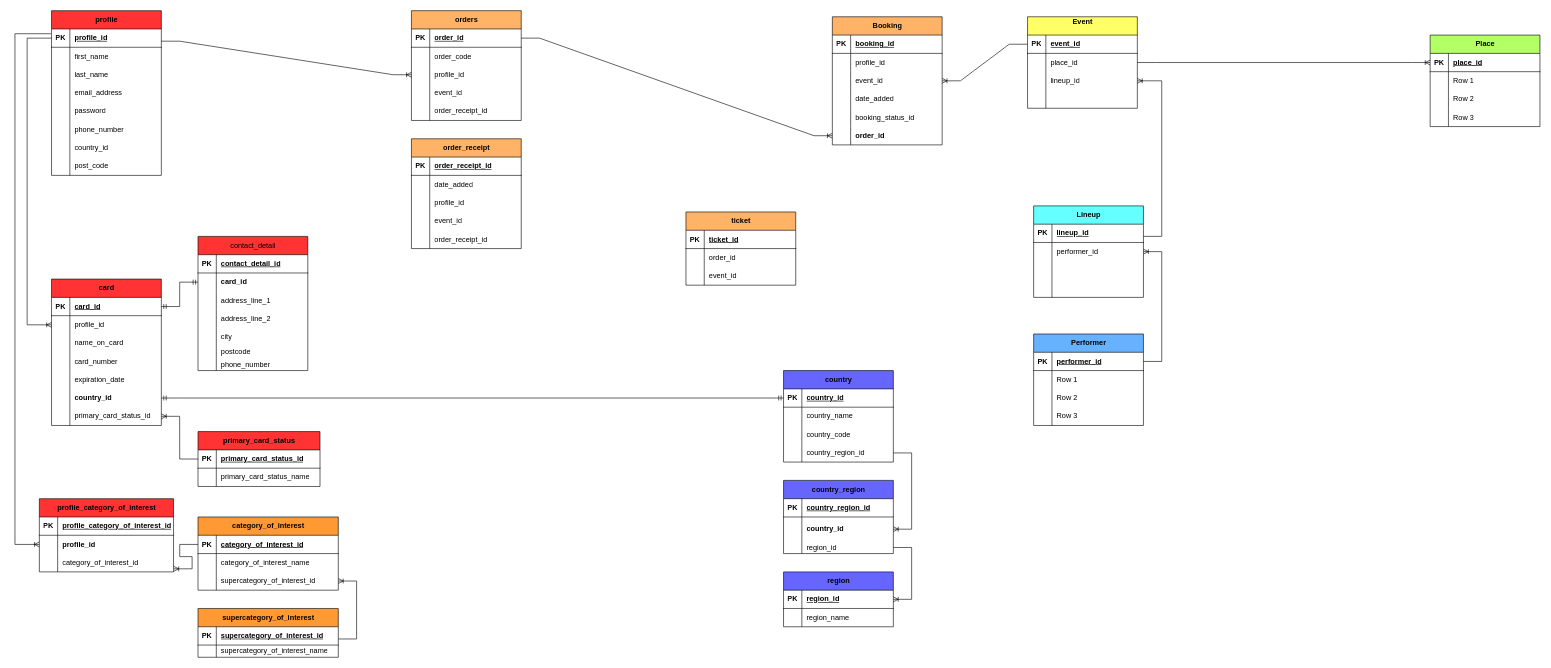
This is page "lower level" (3 of 3) of test.drawio from weirparty/drawings, a draw.io file, before an edit. Source tidied: cells renumbered, new cells numbered last; positions are measured from the earlier drawing's top-left corner, leaving out a move shared by most shapes. Both pictures are drawn from the tidied source at 61%, with x=0, y=0 at pixel (15, 10).
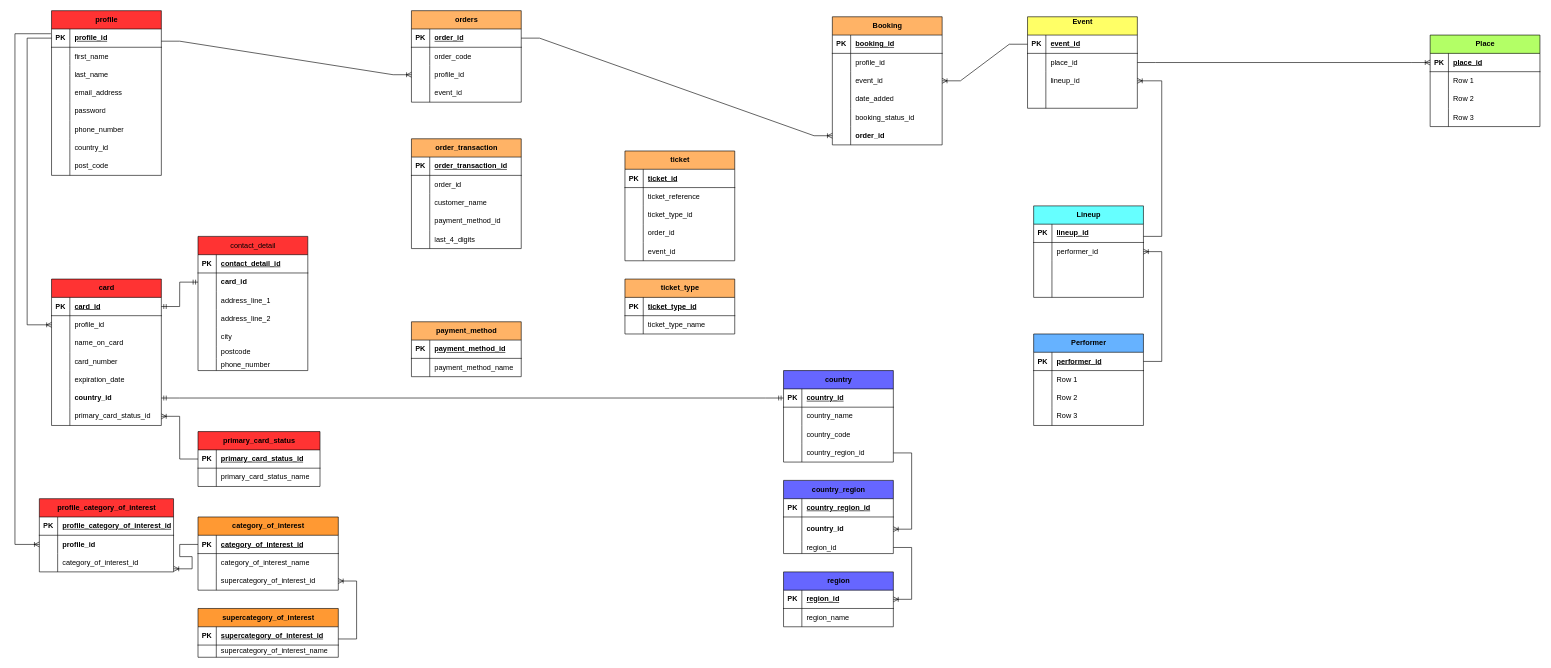
After the change.

The change refers to these unchanged cells:
```xml
<mxCell id="248" style="shape=tableRow;horizontal=0;startSize=0;swimlaneHead=0;swimlaneBody=0;fillColor=none;top=0;left=0;right=0;bottom=1;" parent="247" vertex="1">
  <mxGeometry y="30" width="180" height="30" as="geometry" />
</mxCell>
<mxCell id="251" style="shape=tableRow;horizontal=0;startSize=0;swimlaneHead=0;swimlaneBody=0;fillColor=none;top=0;left=0;right=0;bottom=0;" parent="247" vertex="1">
  <mxGeometry y="60" width="180" height="30" as="geometry" />
</mxCell>
<mxCell id="254" style="shape=tableRow;horizontal=0;startSize=0;swimlaneHead=0;swimlaneBody=0;fillColor=none;top=0;left=0;right=0;bottom=0;" parent="247" vertex="1">
  <mxGeometry y="90" width="180" height="30" as="geometry" />
</mxCell>
<mxCell id="257" style="shape=tableRow;horizontal=0;startSize=0;swimlaneHead=0;swimlaneBody=0;fillColor=none;top=0;left=0;right=0;bottom=0;" parent="247" vertex="1">
  <mxGeometry y="120" width="180" height="30" as="geometry" />
</mxCell>
<mxCell id="260" style="shape=tableRow;horizontal=0;startSize=0;swimlaneHead=0;swimlaneBody=0;fillColor=none;top=0;left=0;right=0;bottom=0;" parent="247" vertex="1">
  <mxGeometry y="150" width="180" height="30" as="geometry" />
</mxCell>
```

What changed in the source:
```diff
@@
     <mxCell id="219" value="orders" style="shape=table;startSize=30;childLayout=tableLayout;rowLines=0;fontStyle=1;align=center;html=1;fillColor=#FFB366;" parent="1" vertex="1">
-      <mxGeometry x="650" width="180" height="180" as="geometry" />
+      <mxGeometry x="650" width="180" height="150" as="geometry" />
     </mxCell>
@@
-    <mxCell id="232" style="shape=tableRow;horizontal=0;startSize=0;swimlaneHead=0;swimlaneBody=0;fillColor=none;top=0;left=0;right=0;bottom=0;" parent="219" vertex="1">
-      <mxGeometry y="150" width="180" height="30" as="geometry" />
-    </mxCell>
-    <mxCell id="233" style="shape=partialRectangle;fillColor=none;top=0;left=0;bottom=0;right=0;overflow=hidden;whiteSpace=wrap;html=1;" parent="232" vertex="1">
-      <mxGeometry width="30" height="30" as="geometry" />
-    </mxCell>
-    <mxCell id="234" value="order_receipt_id" style="shape=partialRectangle;fillColor=none;top=0;left=0;bottom=0;right=0;align=left;spacingLeft=6;overflow=hidden;whiteSpace=wrap;html=1;" parent="232" vertex="1">
-      <mxGeometry x="30" width="150" height="30" as="geometry" />
-    </mxCell>
@@
     <mxCell id="237" value="ticket" style="shape=table;startSize=30;childLayout=tableLayout;rowLines=0;fontStyle=1;align=center;html=1;fillColor=#FFB366;" parent="1" vertex="1">
-      <mxGeometry x="1100" y="330" width="180" height="120" as="geometry" />
+      <mxGeometry x="1000" y="230" width="180" height="180" as="geometry" />
     </mxCell>
@@
+    <mxCell id="263" style="shape=tableRow;horizontal=0;startSize=0;swimlaneHead=0;swimlaneBody=0;fillColor=none;top=0;left=0;right=0;bottom=0;" parent="237" vertex="1">
+      <mxGeometry y="60" width="180" height="30" as="geometry" />
+    </mxCell>
+    <mxCell id="264" style="shape=partialRectangle;fillColor=none;top=0;left=0;bottom=0;right=0;overflow=hidden;whiteSpace=wrap;html=1;" parent="263" vertex="1">
+      <mxGeometry width="30" height="30" as="geometry" />
+    </mxCell>
+    <mxCell id="265" value="ticket_reference" style="shape=partialRectangle;fillColor=none;top=0;left=0;bottom=0;right=0;align=left;spacingLeft=6;overflow=hidden;whiteSpace=wrap;html=1;" parent="263" vertex="1">
+      <mxGeometry x="30" width="150" height="30" as="geometry" />
+    </mxCell>
+    <mxCell id="266" style="shape=tableRow;horizontal=0;startSize=0;swimlaneHead=0;swimlaneBody=0;fillColor=none;top=0;left=0;right=0;bottom=0;" parent="237" vertex="1">
+      <mxGeometry y="90" width="180" height="30" as="geometry" />
+    </mxCell>
+    <mxCell id="267" style="shape=partialRectangle;fillColor=none;top=0;left=0;bottom=0;right=0;overflow=hidden;whiteSpace=wrap;html=1;" parent="266" vertex="1">
+      <mxGeometry width="30" height="30" as="geometry" />
+    </mxCell>
+    <mxCell id="268" value="ticket_type_id" style="shape=partialRectangle;fillColor=none;top=0;left=0;bottom=0;right=0;align=left;spacingLeft=6;overflow=hidden;whiteSpace=wrap;html=1;" parent="266" vertex="1">
+      <mxGeometry x="30" width="150" height="30" as="geometry" />
+    </mxCell>
     <mxCell id="241" style="shape=tableRow;horizontal=0;startSize=0;swimlaneHead=0;swimlaneBody=0;fillColor=none;top=0;left=0;right=0;bottom=0;" parent="237" vertex="1">
-      <mxGeometry y="60" width="180" height="30" as="geometry" />
+      <mxGeometry y="120" width="180" height="30" as="geometry" />
     </mxCell>
@@
     <mxCell id="244" style="shape=tableRow;horizontal=0;startSize=0;swimlaneHead=0;swimlaneBody=0;fillColor=none;top=0;left=0;right=0;bottom=0;" parent="237" vertex="1">
-      <mxGeometry y="90" width="180" height="30" as="geometry" />
+      <mxGeometry y="150" width="180" height="30" as="geometry" />
     </mxCell>
@@
-    <mxCell id="247" value="order_receipt" style="shape=table;startSize=30;childLayout=tableLayout;rowLines=0;fontStyle=1;align=center;html=1;fillColor=#FFB366;" parent="1" vertex="1">
+    <mxCell id="247" value="order_transaction" style="shape=table;startSize=30;childLayout=tableLayout;rowLines=0;fontStyle=1;align=center;html=1;fillColor=#FFB366;" parent="1" vertex="1">
       <mxGeometry x="650" y="210" width="180" height="180" as="geometry" />
     </mxCell>
@@
-    <mxCell id="250" value="order_receipt_id" style="shape=partialRectangle;fillColor=none;top=0;left=0;bottom=0;right=0;align=left;spacingLeft=6;fontStyle=5;overflow=hidden;whiteSpace=wrap;html=1;" parent="248" vertex="1">
+    <mxCell id="250" value="order_transaction_id" style="shape=partialRectangle;fillColor=none;top=0;left=0;bottom=0;right=0;align=left;spacingLeft=6;fontStyle=5;overflow=hidden;whiteSpace=wrap;html=1;" parent="248" vertex="1">
       <mxGeometry x="30" width="150" height="30" as="geometry" />
     </mxCell>
@@
-    <mxCell id="253" value="date_added" style="shape=partialRectangle;fillColor=none;top=0;left=0;bottom=0;right=0;align=left;spacingLeft=6;overflow=hidden;whiteSpace=wrap;html=1;" parent="251" vertex="1">
+    <mxCell id="253" value="order_id" style="shape=partialRectangle;fillColor=none;top=0;left=0;bottom=0;right=0;align=left;spacingLeft=6;overflow=hidden;whiteSpace=wrap;html=1;" parent="251" vertex="1">
       <mxGeometry x="30" width="150" height="30" as="geometry" />
     </mxCell>
@@
-    <mxCell id="256" value="profile_id" style="shape=partialRectangle;fillColor=none;top=0;left=0;bottom=0;right=0;align=left;spacingLeft=6;overflow=hidden;whiteSpace=wrap;html=1;" parent="254" vertex="1">
+    <mxCell id="256" value="customer_name" style="shape=partialRectangle;fillColor=none;top=0;left=0;bottom=0;right=0;align=left;spacingLeft=6;overflow=hidden;whiteSpace=wrap;html=1;" parent="254" vertex="1">
       <mxGeometry x="30" width="150" height="30" as="geometry" />
     </mxCell>
@@
-    <mxCell id="259" value="event_id" style="shape=partialRectangle;fillColor=none;top=0;left=0;bottom=0;right=0;align=left;spacingLeft=6;overflow=hidden;whiteSpace=wrap;html=1;" parent="257" vertex="1">
+    <mxCell id="259" value="payment_method_id" style="shape=partialRectangle;fillColor=none;top=0;left=0;bottom=0;right=0;align=left;spacingLeft=6;overflow=hidden;whiteSpace=wrap;html=1;" parent="257" vertex="1">
       <mxGeometry x="30" width="150" height="30" as="geometry" />
     </mxCell>
@@
-    <mxCell id="262" value="order_receipt_id" style="shape=partialRectangle;fillColor=none;top=0;left=0;bottom=0;right=0;align=left;spacingLeft=6;overflow=hidden;whiteSpace=wrap;html=1;" parent="260" vertex="1">
+    <mxCell id="262" value="last_4_digits" style="shape=partialRectangle;fillColor=none;top=0;left=0;bottom=0;right=0;align=left;spacingLeft=6;overflow=hidden;whiteSpace=wrap;html=1;" parent="260" vertex="1">
       <mxGeometry x="30" width="150" height="30" as="geometry" />
     </mxCell>
+    <mxCell id="269" value="ticket_type" style="shape=table;startSize=30;childLayout=tableLayout;rowLines=0;fontStyle=1;align=center;html=1;fillColor=#FFB366;" parent="1" vertex="1">
+      <mxGeometry x="1000" y="440" width="180" height="90" as="geometry" />
+    </mxCell>
+    <mxCell id="270" style="shape=tableRow;horizontal=0;startSize=0;swimlaneHead=0;swimlaneBody=0;fillColor=none;top=0;left=0;right=0;bottom=1;" parent="269" vertex="1">
+      <mxGeometry y="30" width="180" height="30" as="geometry" />
+    </mxCell>
+    <mxCell id="271" value="PK" style="shape=partialRectangle;fillColor=none;top=0;left=0;bottom=0;right=0;fontStyle=1;overflow=hidden;whiteSpace=wrap;html=1;" parent="270" vertex="1">
+      <mxGeometry width="30" height="30" as="geometry" />
+    </mxCell>
+    <mxCell id="272" value="ticket_type_id" style="shape=partialRectangle;fillColor=none;top=0;left=0;bottom=0;right=0;align=left;spacingLeft=6;fontStyle=5;overflow=hidden;whiteSpace=wrap;html=1;" parent="270" vertex="1">
+      <mxGeometry x="30" width="150" height="30" as="geometry" />
+    </mxCell>
+    <mxCell id="273" style="shape=tableRow;horizontal=0;startSize=0;swimlaneHead=0;swimlaneBody=0;fillColor=none;top=0;left=0;right=0;bottom=0;" parent="269" vertex="1">
+      <mxGeometry y="60" width="180" height="30" as="geometry" />
+    </mxCell>
+    <mxCell id="274" style="shape=partialRectangle;fillColor=none;top=0;left=0;bottom=0;right=0;overflow=hidden;whiteSpace=wrap;html=1;" parent="273" vertex="1">
+      <mxGeometry width="30" height="30" as="geometry" />
+    </mxCell>
+    <mxCell id="275" value="ticket_type_name" style="shape=partialRectangle;fillColor=none;top=0;left=0;bottom=0;right=0;align=left;spacingLeft=6;overflow=hidden;whiteSpace=wrap;html=1;" parent="273" vertex="1">
+      <mxGeometry x="30" width="150" height="30" as="geometry" />
+    </mxCell>
+    <mxCell id="276" value="payment_method" style="shape=table;startSize=30;childLayout=tableLayout;rowLines=0;fontStyle=1;align=center;html=1;fillColor=#FFB366;" parent="1" vertex="1">
+      <mxGeometry x="650" y="510" width="180" height="90" as="geometry" />
+    </mxCell>
+    <mxCell id="277" style="shape=tableRow;horizontal=0;startSize=0;swimlaneHead=0;swimlaneBody=0;fillColor=none;top=0;left=0;right=0;bottom=1;" parent="276" vertex="1">
+      <mxGeometry y="30" width="180" height="30" as="geometry" />
+    </mxCell>
+    <mxCell id="278" value="PK" style="shape=partialRectangle;fillColor=none;top=0;left=0;bottom=0;right=0;fontStyle=1;overflow=hidden;whiteSpace=wrap;html=1;" parent="277" vertex="1">
+      <mxGeometry width="30" height="30" as="geometry" />
+    </mxCell>
+    <mxCell id="279" value="payment_method_id" style="shape=partialRectangle;fillColor=none;top=0;left=0;bottom=0;right=0;align=left;spacingLeft=6;fontStyle=5;overflow=hidden;whiteSpace=wrap;html=1;" parent="277" vertex="1">
+      <mxGeometry x="30" width="150" height="30" as="geometry" />
+    </mxCell>
+    <mxCell id="280" style="shape=tableRow;horizontal=0;startSize=0;swimlaneHead=0;swimlaneBody=0;fillColor=none;top=0;left=0;right=0;bottom=0;" parent="276" vertex="1">
+      <mxGeometry y="60" width="180" height="30" as="geometry" />
+    </mxCell>
+    <mxCell id="281" style="shape=partialRectangle;fillColor=none;top=0;left=0;bottom=0;right=0;overflow=hidden;whiteSpace=wrap;html=1;" parent="280" vertex="1">
+      <mxGeometry width="30" height="30" as="geometry" />
+    </mxCell>
+    <mxCell id="282" value="payment_method_name" style="shape=partialRectangle;fillColor=none;top=0;left=0;bottom=0;right=0;align=left;spacingLeft=6;overflow=hidden;whiteSpace=wrap;html=1;" parent="280" vertex="1">
+      <mxGeometry x="30" width="150" height="30" as="geometry" />
+    </mxCell>
```
